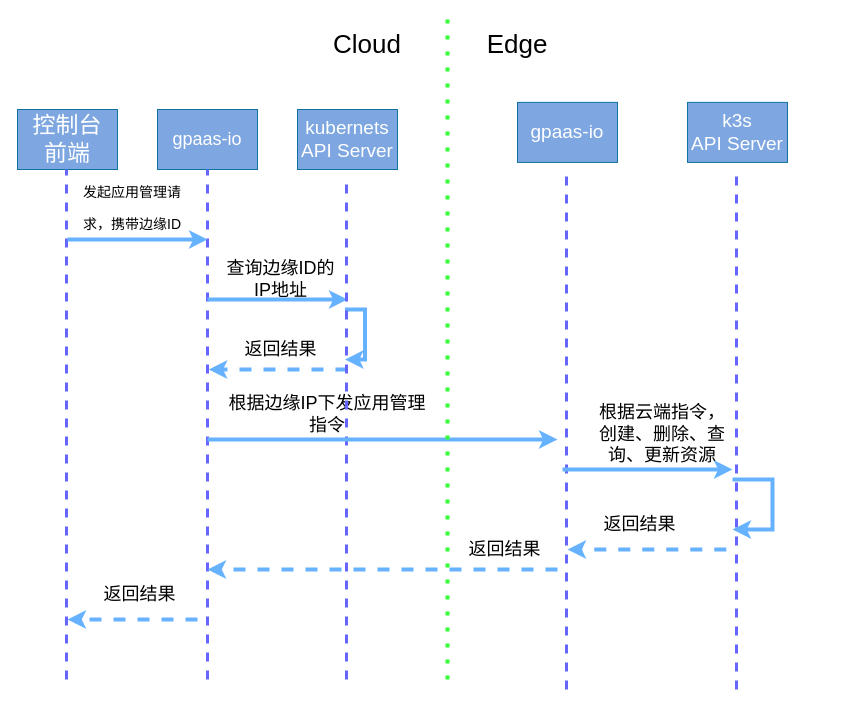
TonyZZhang/draw keeps this draw.io diagram as 云边协同-应用管理.drawio. Above is the earlier version. Source tidied: cells renumbered, new cells numbered last; positions are measured from the earlier drawing's top-left corner, leaving out a move shared by most shapes. Both pictures are drawn from the tidied source at 100%, with x=0, y=0 at pixel (17, 19).
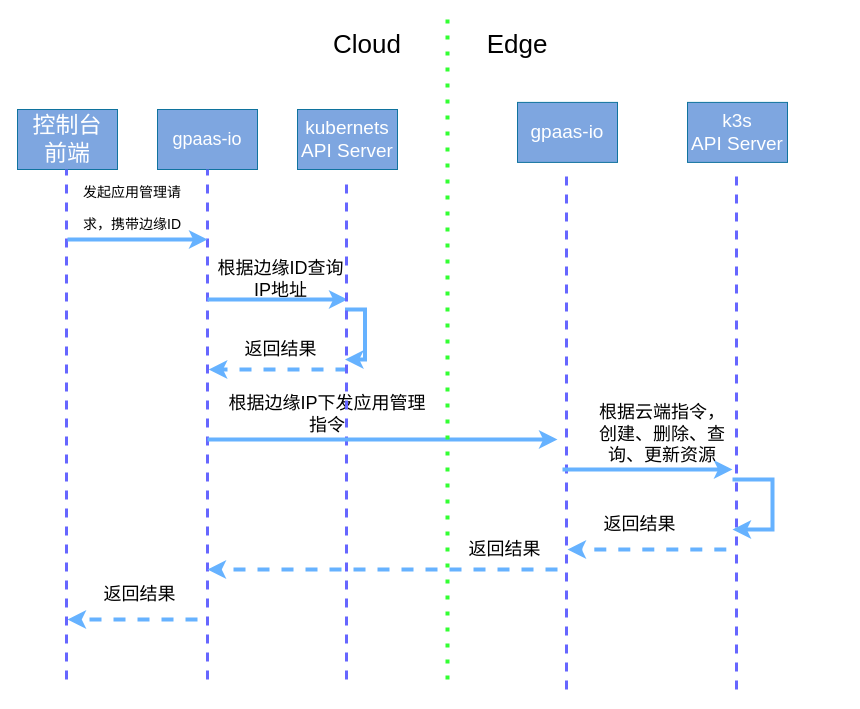
The same page after the edit.

Commit message (it also covers changes not shown here):
更新云边协同-应用管理.drawio

Unchanged cells that the change refers to:
```xml
<mxCell id="3" style="group;" parent="2" vertex="1">
  <mxGeometry x="-140" y="90" width="270" height="580" as="geometry" />
</mxCell>
```

The edit, as a diff of the source:
```diff
@@
-    <mxCell id="8" value="查询边缘ID的&lt;br&gt;IP地址" style="text;html=1;align=center;verticalAlign=middle;strokeColor=none;fillColor=none;fontSize=18;fontFamily=Helvetica;fontColor=default;" parent="3" vertex="1">
-      <mxGeometry x="57.5" y="140" width="130" height="60" as="geometry" />
+    <mxCell id="8" value="根据边缘ID查询&lt;br&gt;IP地址" style="text;html=1;align=center;verticalAlign=middle;strokeColor=none;fillColor=none;fontSize=18;fontFamily=Helvetica;fontColor=default;" parent="3" vertex="1">
+      <mxGeometry x="47.5" y="140" width="150" height="60" as="geometry" />
     </mxCell>
```
